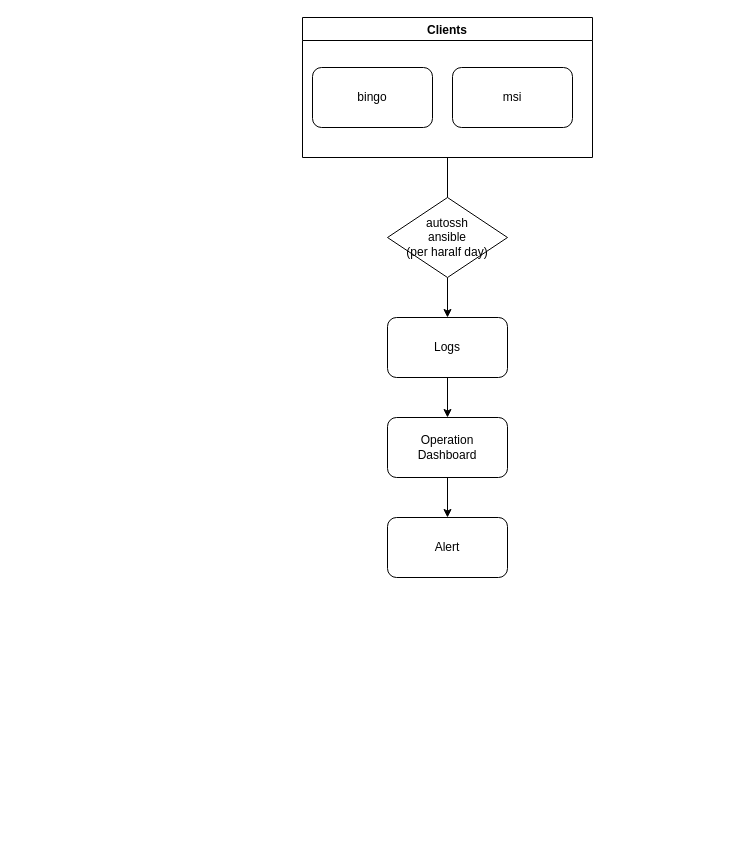
The draw.io diagram System monitor.drawio in QAlexBall/diagrams, before the edit. Source tidied: cells renumbered, new cells numbered last; positions are measured from the earlier drawing's top-left corner, leaving out a move shared by most shapes. Both pictures are drawn from the tidied source at 100%, with x=0, y=0 at pixel (302, 17).
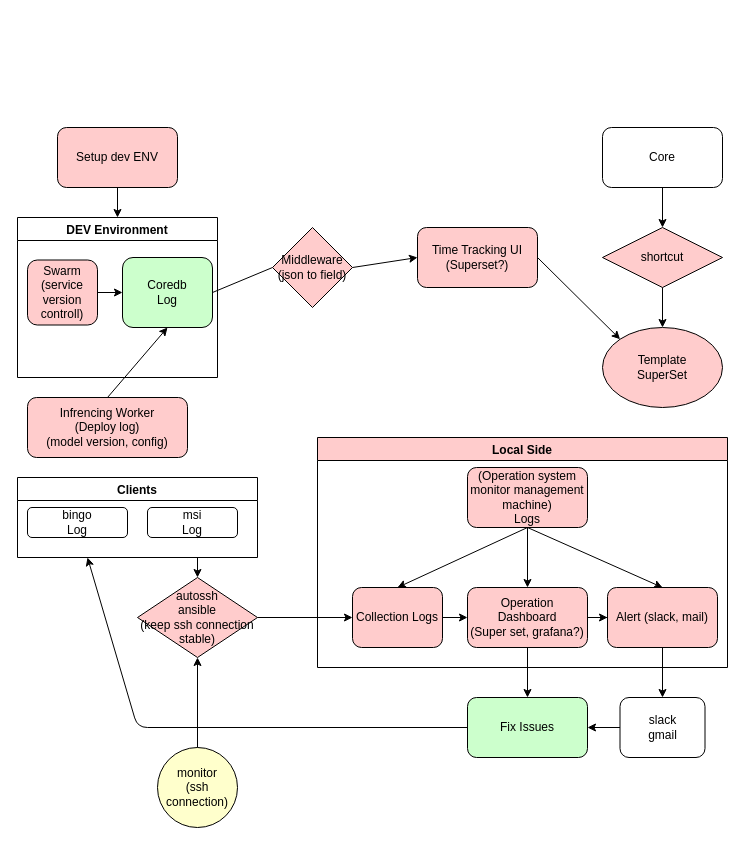
The same diagram, later.

Change to the diagram source:
```diff
@@
-    <mxCell id="2" value="Logs" style="rounded=1;whiteSpace=wrap;html=1;" parent="1" vertex="1">
-      <mxGeometry x="85" y="300" width="120" height="60" as="geometry" />
-    </mxCell>
-    <mxCell id="3" style="edgeStyle=orthogonalEdgeStyle;rounded=0;jettySize=auto;html=1;entryX=0.5;entryY=0;entryDx=0;entryDy=0;startArrow=none;" parent="1" edge="1" source="7" target="2">
-      <mxGeometry relative="1" as="geometry" />
-    </mxCell>
     <mxCell id="4" value="Clients" style="swimlane;" parent="1" vertex="1">
-      <mxGeometry width="290" height="140" as="geometry" />
+      <mxGeometry x="-285" y="460" width="240" height="80" as="geometry" />
     </mxCell>
-    <mxCell id="5" value="bingo" style="rounded=1;whiteSpace=wrap;html=1;" parent="4" vertex="1">
-      <mxGeometry x="10" y="50" width="120" height="60" as="geometry" />
+    <mxCell id="5" value="bingo&lt;br&gt;Log" style="rounded=1;whiteSpace=wrap;html=1;" parent="4" vertex="1">
+      <mxGeometry x="10" y="30" width="100" height="30" as="geometry" />
     </mxCell>
-    <mxCell id="6" value="msi" style="rounded=1;whiteSpace=wrap;html=1;" parent="4" vertex="1">
-      <mxGeometry x="150" y="50" width="120" height="60" as="geometry" />
+    <mxCell id="6" value="msi&lt;br&gt;Log" style="rounded=1;whiteSpace=wrap;html=1;" parent="4" vertex="1">
+      <mxGeometry x="130" y="30" width="90" height="30" as="geometry" />
     </mxCell>
-    <mxCell id="7" value="autossh&lt;br&gt;ansible&lt;br&gt;(per haralf day)" style="rhombus;whiteSpace=wrap;html=1;" parent="1" vertex="1">
-      <mxGeometry x="85" y="180" width="120" height="80" as="geometry" />
+    <mxCell id="7" value="autossh&lt;br&gt;ansible&lt;br&gt;(keep ssh connection stable)" style="rhombus;whiteSpace=wrap;html=1;fillColor=#FFCCCC;" parent="1" vertex="1">
+      <mxGeometry x="-165" y="560" width="120" height="80" as="geometry" />
     </mxCell>
-    <mxCell id="8" style="edgeStyle=orthogonalEdgeStyle;rounded=0;jettySize=auto;html=1;entryX=0.5;entryY=0;entryDx=0;entryDy=0;endArrow=none;" parent="1" edge="1" source="4" target="7">
-      <mxGeometry relative="1" as="geometry" />
-    </mxCell>
+    <mxCell id="13" value="Time Tracking UI (Superset?)" style="rounded=1;whiteSpace=wrap;html=1;fillColor=#FFCCCC;" parent="1" vertex="1">
+      <mxGeometry x="115" y="210" width="120" height="60" as="geometry" />
+    </mxCell>
+    <mxCell id="14" value="DEV Environment" style="swimlane;" parent="1" vertex="1">
+      <mxGeometry x="-285" y="200" width="200" height="160" as="geometry" />
+    </mxCell>
+    <mxCell id="15" value="Coredb&lt;br&gt;Log" style="rounded=1;whiteSpace=wrap;html=1;fillColor=#CCFFCC;" parent="14" vertex="1">
+      <mxGeometry x="105" y="40" width="90" height="70" as="geometry" />
+    </mxCell>
+    <mxCell id="16" value="Swarm&lt;br&gt;(service version controll)" style="rounded=1;whiteSpace=wrap;html=1;fillColor=#FFCCCC;" parent="14" vertex="1">
+      <mxGeometry x="10" y="42.5" width="70" height="65" as="geometry" />
+    </mxCell>
+    <mxCell id="17" style="endArrow=classic;html=1;exitX=1;exitY=0.5;exitDx=0;exitDy=0;entryX=0;entryY=0.5;entryDx=0;entryDy=0;" parent="14" edge="1" source="16" target="15">
+      <mxGeometry relative="1" as="geometry" />
+    </mxCell>
+    <mxCell id="18" style="endArrow=classic;html=1;exitX=1;exitY=0.5;exitDx=0;exitDy=0;entryX=0;entryY=0.5;entryDx=0;entryDy=0;startArrow=none;" parent="1" edge="1" source="19" target="13">
+      <mxGeometry relative="1" as="geometry" />
+    </mxCell>
+    <mxCell id="19" value="Middleware&lt;br&gt;(json to field)" style="rhombus;whiteSpace=wrap;html=1;fillColor=#FFCCCC;" parent="1" vertex="1">
+      <mxGeometry x="-30" y="210" width="80" height="80" as="geometry" />
+    </mxCell>
+    <mxCell id="20" style="endArrow=none;html=1;exitX=1;exitY=0.5;exitDx=0;exitDy=0;entryX=0;entryY=0.5;entryDx=0;entryDy=0;" parent="1" edge="1" source="15" target="19">
+      <mxGeometry relative="1" as="geometry" />
+    </mxCell>
+    <mxCell id="21" value="Template&lt;br&gt;SuperSet" style="ellipse;whiteSpace=wrap;html=1;fillColor=#FFCCCC;" parent="1" vertex="1">
+      <mxGeometry x="300" y="310" width="120" height="80" as="geometry" />
+    </mxCell>
+    <mxCell id="22" style="endArrow=classic;html=1;exitX=1;exitY=0.5;exitDx=0;exitDy=0;entryX=0;entryY=0;entryDx=0;entryDy=0;" parent="1" edge="1" source="13" target="21">
+      <mxGeometry relative="1" as="geometry" />
+    </mxCell>
+    <mxCell id="23" value="Infrencing Worker&lt;br&gt;(Deploy log)&lt;br&gt;(model version, config)" style="rounded=1;whiteSpace=wrap;html=1;fillColor=#FFCCCC;" parent="1" vertex="1">
+      <mxGeometry x="-275" y="380" width="160" height="60" as="geometry" />
+    </mxCell>
+    <mxCell id="24" style="endArrow=classic;html=1;exitX=0.5;exitY=0;exitDx=0;exitDy=0;entryX=0.5;entryY=1;entryDx=0;entryDy=0;" parent="1" edge="1" source="23" target="15">
+      <mxGeometry relative="1" as="geometry" />
+    </mxCell>
+    <mxCell id="25" style="endArrow=classic;html=1;exitX=0.5;exitY=1;exitDx=0;exitDy=0;entryX=0.5;entryY=0;entryDx=0;entryDy=0;" parent="1" edge="1" source="10" target="26">
+      <mxGeometry relative="1" as="geometry" />
+    </mxCell>
+    <mxCell id="26" value="Fix Issues" style="rounded=1;whiteSpace=wrap;html=1;fillColor=#CCFFCC;" parent="1" vertex="1">
+      <mxGeometry x="165" y="680" width="120" height="60" as="geometry" />
+    </mxCell>
+    <mxCell id="27" style="endArrow=classic;html=1;exitX=0.5;exitY=1;exitDx=0;exitDy=0;" parent="1" edge="1" source="12" target="45">
+      <mxGeometry relative="1" as="geometry" />
+    </mxCell>
+    <mxCell id="28" style="endArrow=classic;html=1;exitX=0;exitY=0.5;exitDx=0;exitDy=0;" parent="1" edge="1" source="26">
+      <mxGeometry relative="1" as="geometry">
+        <mxPoint x="-215" y="540" as="targetPoint" />
+        <Array as="points">
+          <mxPoint x="-165" y="710" />
+        </Array>
+      </mxGeometry>
+    </mxCell>
+    <mxCell id="29" style="edgeStyle=orthogonalEdgeStyle;rounded=0;jettySize=auto;html=1;entryX=0.5;entryY=0;entryDx=0;entryDy=0;" parent="1" edge="1" source="30" target="14">
+      <mxGeometry relative="1" as="geometry" />
+    </mxCell>
+    <mxCell id="30" value="Setup dev ENV" style="rounded=1;whiteSpace=wrap;html=1;fillColor=#FFCCCC;" parent="1" vertex="1">
+      <mxGeometry x="-245" y="110" width="120" height="60" as="geometry" />
+    </mxCell>
+    <mxCell id="31" value="Local Side" style="swimlane;fillColor=#FFCCCC;" parent="1" vertex="1">
+      <mxGeometry x="15" y="420" width="410" height="230" as="geometry" />
+    </mxCell>
+    <mxCell id="2" value="(Operation system monitor management machine)&lt;br&gt;Logs" style="rounded=1;whiteSpace=wrap;html=1;fillColor=#FFCCCC;" parent="31" vertex="1">
+      <mxGeometry x="150" y="30" width="120" height="60" as="geometry" />
+    </mxCell>
+    <mxCell id="32" value="Collection Logs" style="rounded=1;whiteSpace=wrap;html=1;fillColor=#FFCCCC;" parent="31" vertex="1">
+      <mxGeometry x="35" y="150" width="90" height="60" as="geometry" />
+    </mxCell>
+    <mxCell id="33" style="endArrow=classic;html=1;exitX=0.5;exitY=1;exitDx=0;exitDy=0;entryX=0.5;entryY=0;entryDx=0;entryDy=0;" parent="31" edge="1" source="2" target="32">
+      <mxGeometry relative="1" as="geometry" />
+    </mxCell>
+    <mxCell id="10" value="Operation&lt;br&gt;Dashboard&lt;br&gt;(Super set, grafana?)" style="rounded=1;whiteSpace=wrap;html=1;fillColor=#FFCCCC;" parent="31" vertex="1">
+      <mxGeometry x="150" y="150" width="120" height="60" as="geometry" />
+    </mxCell>
-    <mxCell id="9" style="endArrow=classic;html=1;exitX=0.5;exitY=1;exitDx=0;exitDy=0;" parent="1" edge="1" source="2" target="10">
+    <mxCell id="9" style="endArrow=classic;html=1;exitX=0.5;exitY=1;exitDx=0;exitDy=0;" parent="31" edge="1" source="2" target="10">
       <mxGeometry relative="1" as="geometry" />
     </mxCell>
-    <mxCell id="10" value="Operation&lt;br&gt;Dashboard" style="rounded=1;whiteSpace=wrap;html=1;" parent="1" vertex="1">
-      <mxGeometry x="85" y="400" width="120" height="60" as="geometry" />
-    </mxCell>
+    <mxCell id="34" style="edgeStyle=orthogonalEdgeStyle;rounded=0;jettySize=auto;html=1;entryX=0;entryY=0.5;entryDx=0;entryDy=0;" parent="31" edge="1" source="32" target="10">
+      <mxGeometry relative="1" as="geometry" />
+    </mxCell>
+    <mxCell id="12" value="Alert (slack, mail)" style="rounded=1;whiteSpace=wrap;html=1;fillColor=#FFCCCC;" parent="31" vertex="1">
+      <mxGeometry x="290" y="150" width="110" height="60" as="geometry" />
+    </mxCell>
-    <mxCell id="11" style="endArrow=classic;html=1;exitX=0.5;exitY=1;exitDx=0;exitDy=0;" parent="1" edge="1" source="10" target="12">
+    <mxCell id="11" style="endArrow=classic;html=1;exitX=0.5;exitY=1;exitDx=0;exitDy=0;entryX=0.5;entryY=0;entryDx=0;entryDy=0;" parent="31" edge="1" source="2" target="12">
       <mxGeometry relative="1" as="geometry" />
     </mxCell>
-    <mxCell id="12" value="Alert" style="rounded=1;whiteSpace=wrap;html=1;" parent="1" vertex="1">
-      <mxGeometry x="85" y="500" width="120" height="60" as="geometry" />
-    </mxCell>
+    <mxCell id="35" style="edgeStyle=orthogonalEdgeStyle;rounded=0;jettySize=auto;html=1;" parent="31" edge="1" source="10" target="12">
+      <mxGeometry relative="1" as="geometry" />
+    </mxCell>
+    <mxCell id="36" style="endArrow=classic;html=1;exitX=1;exitY=0.5;exitDx=0;exitDy=0;entryX=0;entryY=0.5;entryDx=0;entryDy=0;" parent="1" edge="1" source="7" target="32">
+      <mxGeometry relative="1" as="geometry" />
+    </mxCell>
+    <mxCell id="37" style="endArrow=classic;html=1;entryX=0.5;entryY=0;entryDx=0;entryDy=0;" parent="1" edge="1" target="7">
+      <mxGeometry relative="1" as="geometry">
+        <mxPoint x="-105" y="540" as="sourcePoint" />
+      </mxGeometry>
+    </mxCell>
+    <mxCell id="38" value="monitor&lt;br&gt;(ssh connection)" style="ellipse;whiteSpace=wrap;html=1;fillColor=#FFFFCC;" parent="1" vertex="1">
+      <mxGeometry x="-145" y="730" width="80" height="80" as="geometry" />
+    </mxCell>
+    <mxCell id="39" style="endArrow=classic;html=1;exitX=0.5;exitY=0;exitDx=0;exitDy=0;entryX=0.5;entryY=1;entryDx=0;entryDy=0;" parent="1" edge="1" source="38" target="7">
+      <mxGeometry relative="1" as="geometry" />
+    </mxCell>
+    <mxCell id="40" style="edgeStyle=orthogonalEdgeStyle;rounded=0;jettySize=auto;html=1;entryX=0.5;entryY=0;entryDx=0;entryDy=0;" parent="1" edge="1" source="41" target="43">
+      <mxGeometry relative="1" as="geometry" />
+    </mxCell>
+    <mxCell id="41" value="Core" style="rounded=1;whiteSpace=wrap;html=1;fillColor=none;" parent="1" vertex="1">
+      <mxGeometry x="300" y="110" width="120" height="60" as="geometry" />
+    </mxCell>
+    <mxCell id="42" style="edgeStyle=orthogonalEdgeStyle;rounded=0;jettySize=auto;html=1;entryX=0.5;entryY=0;entryDx=0;entryDy=0;" parent="1" edge="1" source="43" target="21">
+      <mxGeometry relative="1" as="geometry" />
+    </mxCell>
+    <mxCell id="43" value="shortcut" style="rhombus;whiteSpace=wrap;html=1;fillColor=#FFCCCC;" parent="1" vertex="1">
+      <mxGeometry x="300" y="210" width="120" height="60" as="geometry" />
+    </mxCell>
+    <mxCell id="44" style="edgeStyle=orthogonalEdgeStyle;rounded=0;jettySize=auto;html=1;entryX=1;entryY=0.5;entryDx=0;entryDy=0;" parent="1" edge="1" source="45" target="26">
+      <mxGeometry relative="1" as="geometry" />
+    </mxCell>
+    <mxCell id="45" value="slack&lt;br&gt;gmail" style="rounded=1;whiteSpace=wrap;html=1;fillColor=none;" parent="1" vertex="1">
+      <mxGeometry x="317.5" y="680" width="85" height="60" as="geometry" />
+    </mxCell>
```
